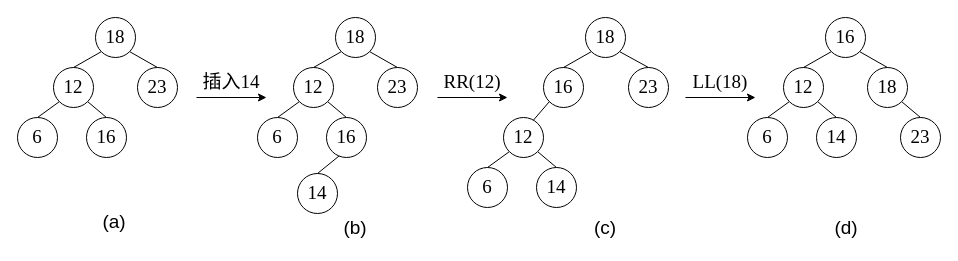
This is 6/6-9.drawio from Wankupi/figures, a draw.io file, before an edit. Source tidied: cells renumbered, new cells numbered last; positions are measured from the earlier drawing's top-left corner, leaving out a move shared by most shapes. Both pictures are drawn from the tidied source at 100%, with x=0, y=0 at pixel (17, 17).
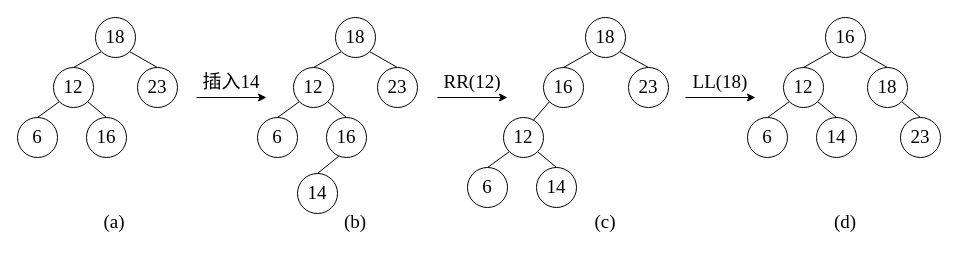
The same diagram, later.

What changed in the source:
```diff
@@
-    <mxCell id="53" value="&lt;span style=&quot;font-size: 19px;&quot;&gt;(a)&lt;/span&gt;" style="text;html=1;strokeColor=none;fillColor=none;align=center;verticalAlign=middle;whiteSpace=wrap;rounded=0;fontSize=11;fontFamily=Helvetica;fontColor=default;" parent="1" vertex="1">
+    <mxCell id="53" value="&lt;span style=&quot;font-size: 19px;&quot;&gt;(a)&lt;/span&gt;" style="text;html=1;strokeColor=none;fillColor=none;align=center;verticalAlign=middle;whiteSpace=wrap;rounded=0;fontSize=19;fontFamily=Times New Roman;fontColor=default;" parent="1" vertex="1">
       <mxGeometry x="67" y="190" width="60" height="30" as="geometry" />
     </mxCell>
-    <mxCell id="54" value="&lt;span style=&quot;font-size: 19px;&quot;&gt;(d)&lt;/span&gt;" style="text;html=1;strokeColor=none;fillColor=none;align=center;verticalAlign=middle;whiteSpace=wrap;rounded=0;fontSize=11;fontFamily=Helvetica;fontColor=default;" parent="1" vertex="1">
-      <mxGeometry x="799" y="196" width="60" height="30" as="geometry" />
+    <mxCell id="54" value="&lt;span style=&quot;font-size: 19px;&quot;&gt;(d)&lt;/span&gt;" style="text;html=1;strokeColor=none;fillColor=none;align=center;verticalAlign=middle;whiteSpace=wrap;rounded=0;fontSize=19;fontFamily=Times New Roman;fontColor=default;" parent="1" vertex="1">
+      <mxGeometry x="798" y="190" width="60" height="30" as="geometry" />
     </mxCell>
-    <mxCell id="55" value="&lt;span style=&quot;font-size: 19px;&quot;&gt;(c)&lt;/span&gt;" style="text;html=1;strokeColor=none;fillColor=none;align=center;verticalAlign=middle;whiteSpace=wrap;rounded=0;fontSize=11;fontFamily=Helvetica;fontColor=default;" parent="1" vertex="1">
-      <mxGeometry x="558" y="196" width="60" height="30" as="geometry" />
+    <mxCell id="55" value="&lt;span style=&quot;font-size: 19px;&quot;&gt;(c)&lt;/span&gt;" style="text;html=1;strokeColor=none;fillColor=none;align=center;verticalAlign=middle;whiteSpace=wrap;rounded=0;fontSize=19;fontFamily=Times New Roman;fontColor=default;" parent="1" vertex="1">
+      <mxGeometry x="558" y="190" width="60" height="30" as="geometry" />
     </mxCell>
-    <mxCell id="56" value="&lt;span style=&quot;font-size: 19px;&quot;&gt;(b)&lt;/span&gt;" style="text;html=1;strokeColor=none;fillColor=none;align=center;verticalAlign=middle;whiteSpace=wrap;rounded=0;fontSize=11;fontFamily=Helvetica;fontColor=default;" parent="1" vertex="1">
-      <mxGeometry x="308" y="196" width="60" height="30" as="geometry" />
+    <mxCell id="56" value="&lt;span style=&quot;font-size: 19px;&quot;&gt;(b)&lt;/span&gt;" style="text;html=1;strokeColor=none;fillColor=none;align=center;verticalAlign=middle;whiteSpace=wrap;rounded=0;fontSize=19;fontFamily=Times New Roman;fontColor=default;" parent="1" vertex="1">
+      <mxGeometry x="308" y="190" width="60" height="30" as="geometry" />
     </mxCell>
```
